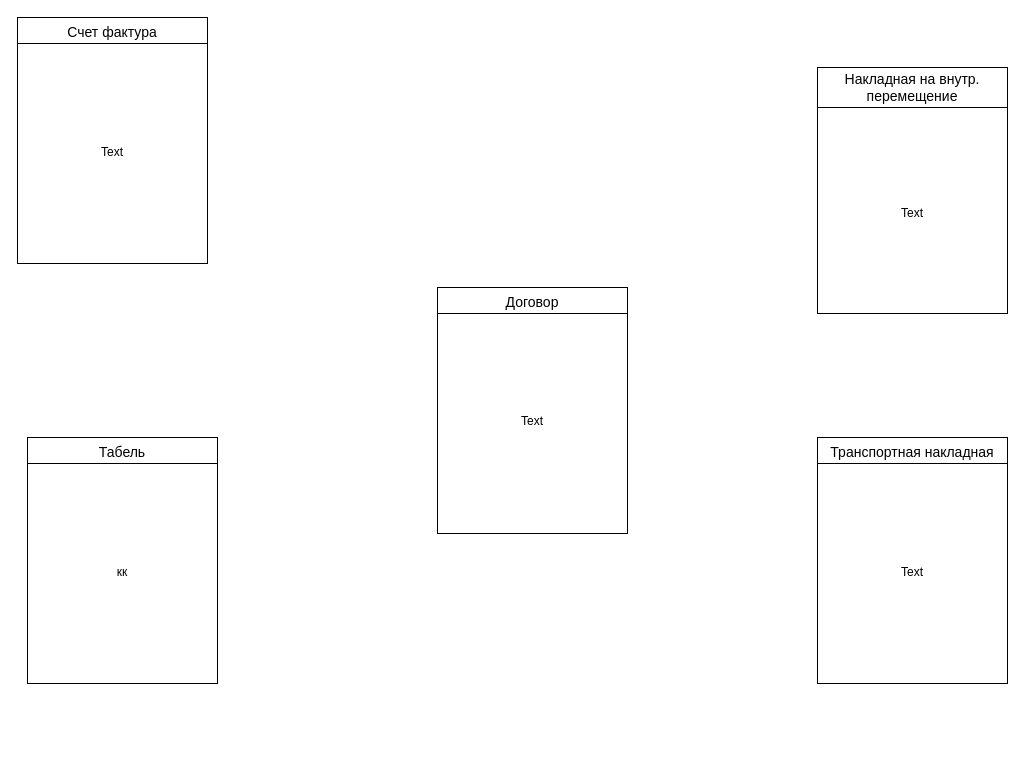
Earlier version of the draw.io diagram Untitled Diagram.drawio (lexa-pnz/Model_Schemes). Source tidied: cells renumbered, new cells numbered last; positions are measured from the earlier drawing's top-left corner, leaving out a move shared by most shapes. Both pictures are drawn from the tidied source at 100%, with x=0, y=0 at pixel (17, 17).
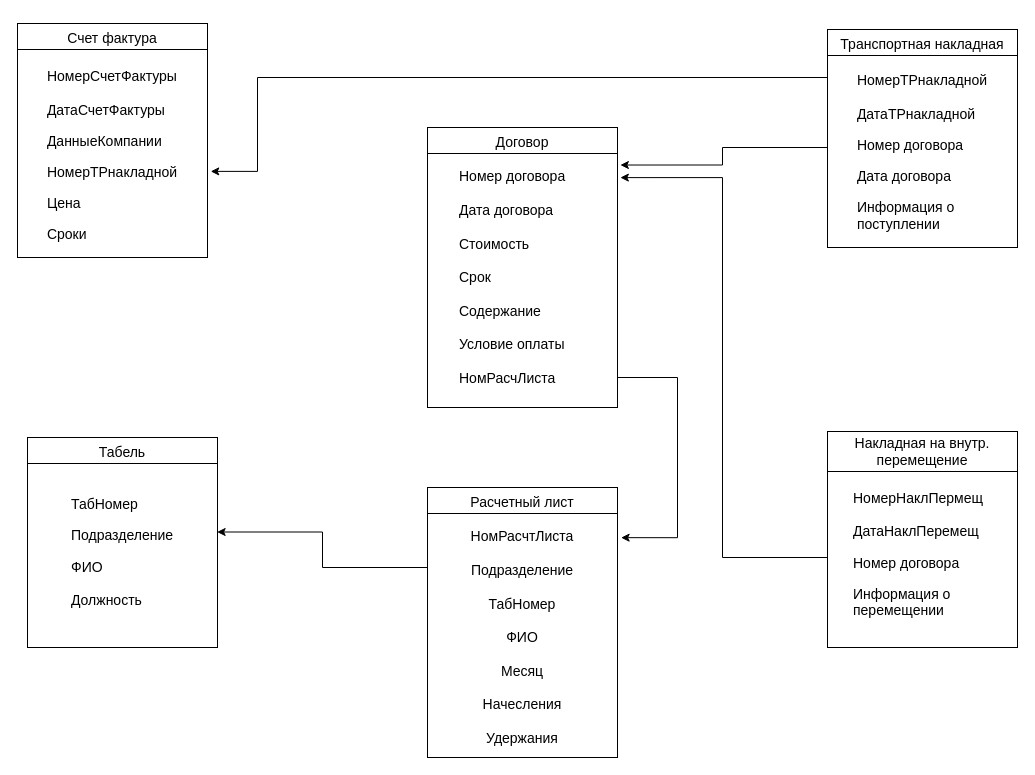
Above is the later version.

Change to the diagram source:
```diff
@@
     <mxCell id="2" style="shape=internalStorage;whiteSpace=wrap;html=1;backgroundOutline=1;dx=0;dy=26;" parent="1" vertex="1">
-      <mxGeometry x="10" y="420" width="190" height="246" as="geometry" />
+      <mxGeometry x="10" y="420" width="190" height="210" as="geometry" />
     </mxCell>
+    <mxCell id="17" style="edgeStyle=orthogonalEdgeStyle;rounded=0;jettySize=auto;html=1;entryX=1.015;entryY=0.179;entryDx=0;entryDy=0;entryPerimeter=0;" parent="1" edge="1" source="3" target="6">
+      <mxGeometry relative="1" as="geometry">
+        <Array as="points">
+          <mxPoint x="705" y="540" />
+          <mxPoint x="705" y="160" />
+        </Array>
+      </mxGeometry>
+    </mxCell>
     <mxCell id="3" style="shape=internalStorage;whiteSpace=wrap;html=1;backgroundOutline=1;dx=0;dy=40;" parent="1" vertex="1">
-      <mxGeometry x="800" y="50" width="190" height="246" as="geometry" />
+      <mxGeometry x="810" y="414" width="190" height="216" as="geometry" />
     </mxCell>
+    <mxCell id="18" style="edgeStyle=orthogonalEdgeStyle;rounded=0;jettySize=auto;html=1;exitX=0;exitY=0.5;exitDx=0;exitDy=0;entryX=1.015;entryY=0.134;entryDx=0;entryDy=0;entryPerimeter=0;" parent="1" edge="1" source="4" target="6">
+      <mxGeometry relative="1" as="geometry">
+        <Array as="points">
+          <mxPoint x="810" y="130" />
+          <mxPoint x="705" y="130" />
+          <mxPoint x="705" y="148" />
+        </Array>
+      </mxGeometry>
+    </mxCell>
+    <mxCell id="19" style="edgeStyle=orthogonalEdgeStyle;rounded=0;jettySize=auto;html=1;entryX=1.017;entryY=0.632;entryDx=0;entryDy=0;entryPerimeter=0;" parent="1" edge="1" source="4" target="5">
+      <mxGeometry relative="1" as="geometry">
+        <Array as="points">
+          <mxPoint x="240" y="60" />
+          <mxPoint x="240" y="154" />
+        </Array>
+      </mxGeometry>
+    </mxCell>
     <mxCell id="4" style="shape=internalStorage;whiteSpace=wrap;html=1;backgroundOutline=1;dx=0;dy=26;" parent="1" vertex="1">
-      <mxGeometry x="800" y="420" width="190" height="246" as="geometry" />
+      <mxGeometry x="810" y="12" width="190" height="218" as="geometry" />
     </mxCell>
     <mxCell id="5" style="shape=internalStorage;whiteSpace=wrap;html=1;backgroundOutline=1;dx=0;dy=26;" parent="1" vertex="1">
-      <mxGeometry width="190" height="246" as="geometry" />
+      <mxGeometry y="6" width="190" height="234" as="geometry" />
     </mxCell>
+    <mxCell id="20" style="edgeStyle=orthogonalEdgeStyle;rounded=0;jettySize=auto;html=1;entryX=1.019;entryY=0.084;entryDx=0;entryDy=0;exitX=1;exitY=0.5;exitDx=0;exitDy=0;entryPerimeter=0;" parent="1" edge="1" source="6" target="24">
+      <mxGeometry relative="1" as="geometry">
+        <Array as="points">
+          <mxPoint x="600" y="360" />
+          <mxPoint x="660" y="360" />
+          <mxPoint x="660" y="520" />
+        </Array>
+      </mxGeometry>
+    </mxCell>
     <mxCell id="6" style="shape=internalStorage;whiteSpace=wrap;html=1;backgroundOutline=1;dx=0;dy=26;" parent="1" vertex="1">
-      <mxGeometry x="420" y="270" width="190" height="246" as="geometry" />
+      <mxGeometry x="410" y="110" width="190" height="280" as="geometry" />
     </mxCell>
     <mxCell id="7" value="&lt;font style=&quot;font-size: 14px&quot;&gt;Транспортная накладная&lt;/font&gt;" style="text;html=1;strokeColor=none;fillColor=none;align=center;verticalAlign=middle;whiteSpace=wrap;rounded=0;" parent="1" vertex="1">
-      <mxGeometry x="800" y="420" width="190" height="30" as="geometry" />
+      <mxGeometry x="810" y="12" width="190" height="30" as="geometry" />
     </mxCell>
     <mxCell id="8" value="&lt;font style=&quot;font-size: 14px&quot;&gt;Договор&lt;/font&gt;" style="text;html=1;strokeColor=none;fillColor=none;align=center;verticalAlign=middle;whiteSpace=wrap;rounded=0;" parent="1" vertex="1">
-      <mxGeometry x="420" y="270" width="190" height="30" as="geometry" />
+      <mxGeometry x="410" y="110" width="190" height="30" as="geometry" />
     </mxCell>
     <mxCell id="9" value="&lt;font style=&quot;font-size: 14px&quot;&gt;Накладная на внутр. перемещение&lt;/font&gt;" style="text;html=1;strokeColor=none;fillColor=none;align=center;verticalAlign=middle;whiteSpace=wrap;rounded=0;" parent="1" vertex="1">
-      <mxGeometry x="800" y="50" width="190" height="40" as="geometry" />
+      <mxGeometry x="810" y="414" width="190" height="40" as="geometry" />
     </mxCell>
     <mxCell id="10" value="&lt;font style=&quot;font-size: 14px&quot;&gt;Счет фактура&lt;/font&gt;" style="text;html=1;strokeColor=none;fillColor=none;align=center;verticalAlign=middle;whiteSpace=wrap;rounded=0;" parent="1" vertex="1">
-      <mxGeometry width="190" height="30" as="geometry" />
+      <mxGeometry y="6" width="190" height="30" as="geometry" />
     </mxCell>
@@
-    <mxCell id="12" value="Text" style="text;html=1;strokeColor=none;fillColor=none;align=center;verticalAlign=middle;whiteSpace=wrap;rounded=0;" parent="1" vertex="1">
-      <mxGeometry y="30" width="190" height="210" as="geometry" />
+    <mxCell id="12" value="&lt;div style=&quot;text-align: left&quot;&gt;&lt;span style=&quot;font-size: 14px&quot;&gt;НомерСчетФактуры&lt;/span&gt;&lt;/div&gt;&lt;font&gt;&lt;div style=&quot;text-align: left&quot;&gt;&lt;span style=&quot;font-size: 14px&quot;&gt;&lt;br&gt;&lt;/span&gt;&lt;/div&gt;&lt;span style=&quot;font-size: 14px&quot;&gt;&lt;div style=&quot;text-align: left&quot;&gt;&lt;span&gt;ДатаСчетФактуры&lt;/span&gt;&lt;/div&gt;&lt;/span&gt;&lt;div style=&quot;text-align: left&quot;&gt;&lt;br&gt;&lt;/div&gt;&lt;span style=&quot;font-size: 14px&quot;&gt;&lt;div style=&quot;text-align: left&quot;&gt;&lt;span&gt;ДанныеКомпании&lt;/span&gt;&lt;/div&gt;&lt;/span&gt;&lt;div style=&quot;text-align: left&quot;&gt;&lt;br&gt;&lt;/div&gt;&lt;span style=&quot;font-size: 14px&quot;&gt;&lt;div style=&quot;text-align: left&quot;&gt;&lt;span&gt;НомерТРнакладной&lt;/span&gt;&lt;/div&gt;&lt;/span&gt;&lt;div style=&quot;text-align: left&quot;&gt;&lt;br&gt;&lt;/div&gt;&lt;span style=&quot;font-size: 14px&quot;&gt;&lt;div style=&quot;text-align: left&quot;&gt;&lt;span&gt;Цена&lt;/span&gt;&lt;/div&gt;&lt;/span&gt;&lt;div style=&quot;text-align: left&quot;&gt;&lt;br&gt;&lt;/div&gt;&lt;span style=&quot;font-size: 14px&quot;&gt;&lt;div style=&quot;text-align: left&quot;&gt;&lt;span&gt;Сроки&lt;/span&gt;&lt;/div&gt;&lt;/span&gt;&lt;/font&gt;" style="text;html=1;strokeColor=none;fillColor=none;align=center;verticalAlign=middle;whiteSpace=wrap;rounded=0;" parent="1" vertex="1">
+      <mxGeometry x="20" y="36" width="150" height="204" as="geometry" />
     </mxCell>
-    <mxCell id="13" value="кк" style="text;html=1;strokeColor=none;fillColor=none;align=center;verticalAlign=middle;whiteSpace=wrap;rounded=0;" parent="1" vertex="1">
-      <mxGeometry x="10" y="450" width="190" height="210" as="geometry" />
+    <mxCell id="13" value="&lt;div style=&quot;text-align: left&quot;&gt;&lt;span style=&quot;font-size: 14px&quot;&gt;ТабНомер&lt;/span&gt;&lt;/div&gt;&lt;font&gt;&lt;div style=&quot;text-align: left&quot;&gt;&lt;br&gt;&lt;/div&gt;&lt;span style=&quot;font-size: 14px&quot;&gt;&lt;div style=&quot;text-align: left&quot;&gt;&lt;span&gt;Подразделение&lt;/span&gt;&lt;/div&gt;&lt;/span&gt;&lt;div style=&quot;text-align: left&quot;&gt;&lt;br&gt;&lt;/div&gt;&lt;span style=&quot;font-size: 14px&quot;&gt;&lt;div style=&quot;text-align: left&quot;&gt;&lt;span&gt;ФИО&lt;/span&gt;&lt;/div&gt;&lt;/span&gt;&lt;div style=&quot;text-align: left&quot;&gt;&lt;span style=&quot;font-size: 14px&quot;&gt;&lt;br&gt;&lt;/span&gt;&lt;/div&gt;&lt;span style=&quot;font-size: 14px&quot;&gt;&lt;div style=&quot;text-align: left&quot;&gt;&lt;span&gt;Должность&lt;/span&gt;&lt;/div&gt;&lt;/span&gt;&lt;/font&gt;" style="text;html=1;strokeColor=none;fillColor=none;align=center;verticalAlign=middle;whiteSpace=wrap;rounded=0;" parent="1" vertex="1">
+      <mxGeometry x="30" y="450" width="150" height="170" as="geometry" />
     </mxCell>
-    <mxCell id="14" value="Text" style="text;html=1;strokeColor=none;fillColor=none;align=center;verticalAlign=middle;whiteSpace=wrap;rounded=0;" parent="1" vertex="1">
-      <mxGeometry x="420" y="299" width="190" height="210" as="geometry" />
+    <mxCell id="14" value="&lt;div&gt;&lt;span style=&quot;font-size: 14px&quot;&gt;Номер договора&lt;/span&gt;&lt;/div&gt;&lt;div&gt;&lt;span style=&quot;font-size: 14px&quot;&gt;&lt;br&gt;&lt;/span&gt;&lt;/div&gt;&lt;font style=&quot;font-size: 14px&quot;&gt;&lt;div&gt;&lt;span&gt;Дата договора&lt;/span&gt;&lt;/div&gt;&lt;div&gt;&lt;span&gt;&lt;br&gt;&lt;/span&gt;&lt;/div&gt;&lt;div&gt;&lt;span&gt;Стоимость&lt;/span&gt;&lt;/div&gt;&lt;div&gt;&lt;span&gt;&lt;br&gt;&lt;/span&gt;&lt;/div&gt;&lt;div&gt;&lt;span&gt;Срок&lt;/span&gt;&lt;/div&gt;&lt;div&gt;&lt;span&gt;&lt;br&gt;&lt;/span&gt;&lt;/div&gt;&lt;div&gt;&lt;span&gt;Содержание&lt;/span&gt;&lt;/div&gt;&lt;div&gt;&lt;span&gt;&lt;br&gt;&lt;/span&gt;&lt;/div&gt;&lt;div&gt;&lt;span&gt;Условие оплаты&lt;/span&gt;&lt;/div&gt;&lt;div&gt;&lt;span&gt;&lt;br&gt;&lt;/span&gt;&lt;/div&gt;&lt;div&gt;&lt;span&gt;НомРасчЛиста&lt;/span&gt;&lt;/div&gt;&lt;/font&gt;" style="text;html=1;strokeColor=none;fillColor=none;align=left;verticalAlign=middle;whiteSpace=wrap;rounded=0;spacingBottom=0;" parent="1" vertex="1">
+      <mxGeometry x="440" y="140" width="130" height="240" as="geometry" />
     </mxCell>
-    <mxCell id="15" value="Text" style="text;html=1;strokeColor=none;fillColor=none;align=center;verticalAlign=middle;whiteSpace=wrap;rounded=0;" parent="1" vertex="1">
-      <mxGeometry x="800" y="96" width="190" height="200" as="geometry" />
+    <mxCell id="15" value="&lt;div style=&quot;text-align: left&quot;&gt;&lt;span style=&quot;font-size: 14px&quot;&gt;НомерНаклПермещ&lt;/span&gt;&lt;/div&gt;&lt;font&gt;&lt;div style=&quot;text-align: left&quot;&gt;&lt;span style=&quot;font-size: 14px&quot;&gt;&lt;br&gt;&lt;/span&gt;&lt;/div&gt;&lt;span style=&quot;font-size: 14px&quot;&gt;&lt;div style=&quot;text-align: left&quot;&gt;&lt;span&gt;ДатаНаклПеремещ&lt;/span&gt;&lt;/div&gt;&lt;/span&gt;&lt;div style=&quot;text-align: left&quot;&gt;&lt;br&gt;&lt;/div&gt;&lt;span style=&quot;font-size: 14px&quot;&gt;&lt;div style=&quot;text-align: left&quot;&gt;&lt;span&gt;Номер договора&lt;/span&gt;&lt;/div&gt;&lt;/span&gt;&lt;div style=&quot;text-align: left&quot;&gt;&lt;br&gt;&lt;/div&gt;&lt;span style=&quot;font-size: 14px&quot;&gt;&lt;div style=&quot;text-align: left&quot;&gt;&lt;span&gt;Информация о перемещении&lt;/span&gt;&lt;/div&gt;&lt;/span&gt;&lt;/font&gt;" style="text;html=1;strokeColor=none;fillColor=none;align=center;verticalAlign=middle;whiteSpace=wrap;rounded=0;" parent="1" vertex="1">
+      <mxGeometry x="835" y="458.5" width="140" height="157" as="geometry" />
     </mxCell>
-    <mxCell id="16" value="Text" style="text;html=1;strokeColor=none;fillColor=none;align=center;verticalAlign=middle;whiteSpace=wrap;rounded=0;" parent="1" vertex="1">
-      <mxGeometry x="800" y="450" width="190" height="210" as="geometry" />
+    <mxCell id="16" value="&lt;div style=&quot;text-align: left&quot;&gt;&lt;span style=&quot;font-size: 14px&quot;&gt;НомерТРнакладной&lt;/span&gt;&lt;/div&gt;&lt;font&gt;&lt;div style=&quot;text-align: left&quot;&gt;&lt;span style=&quot;font-size: 14px&quot;&gt;&lt;br&gt;&lt;/span&gt;&lt;/div&gt;&lt;span style=&quot;font-size: 14px&quot;&gt;&lt;div style=&quot;text-align: left&quot;&gt;&lt;span&gt;ДатаТРнакладной&lt;/span&gt;&lt;/div&gt;&lt;/span&gt;&lt;div style=&quot;text-align: left&quot;&gt;&lt;br&gt;&lt;/div&gt;&lt;span style=&quot;font-size: 14px&quot;&gt;&lt;div style=&quot;text-align: left&quot;&gt;&lt;span&gt;Номер договора&lt;/span&gt;&lt;/div&gt;&lt;/span&gt;&lt;div style=&quot;text-align: left&quot;&gt;&lt;br&gt;&lt;/div&gt;&lt;span style=&quot;font-size: 14px&quot;&gt;&lt;div style=&quot;text-align: left&quot;&gt;&lt;span&gt;Дата договора&lt;/span&gt;&lt;/div&gt;&lt;/span&gt;&lt;div style=&quot;text-align: left&quot;&gt;&lt;br&gt;&lt;/div&gt;&lt;span style=&quot;font-size: 14px&quot;&gt;&lt;div style=&quot;text-align: left&quot;&gt;&lt;span&gt;Информация о&amp;nbsp;&lt;/span&gt;&lt;/div&gt;&lt;/span&gt;&lt;span style=&quot;font-size: 14px&quot;&gt;&lt;div style=&quot;text-align: left&quot;&gt;&lt;span&gt;поступлении&lt;/span&gt;&lt;/div&gt;&lt;/span&gt;&lt;/font&gt;" style="text;html=1;strokeColor=none;fillColor=none;align=center;verticalAlign=middle;whiteSpace=wrap;rounded=0;" parent="1" vertex="1">
+      <mxGeometry x="835" y="40" width="140" height="190" as="geometry" />
     </mxCell>
+    <mxCell id="21" style="shape=internalStorage;whiteSpace=wrap;html=1;backgroundOutline=1;dx=0;dy=26;" parent="1" vertex="1">
+      <mxGeometry x="410" y="470" width="190" height="270" as="geometry" />
+    </mxCell>
+    <mxCell id="22" value="&lt;font style=&quot;font-size: 14px&quot;&gt;Расчетный лист&lt;/font&gt;" style="text;html=1;strokeColor=none;fillColor=none;align=center;verticalAlign=middle;whiteSpace=wrap;rounded=0;" parent="1" vertex="1">
+      <mxGeometry x="410" y="470" width="190" height="30" as="geometry" />
+    </mxCell>
+    <mxCell id="23" style="edgeStyle=orthogonalEdgeStyle;rounded=0;jettySize=auto;html=1;entryX=0.998;entryY=0.45;entryDx=0;entryDy=0;entryPerimeter=0;" parent="1" edge="1" source="24" target="2">
+      <mxGeometry relative="1" as="geometry">
+        <Array as="points">
+          <mxPoint x="305" y="550" />
+          <mxPoint x="305" y="515" />
+        </Array>
+      </mxGeometry>
+    </mxCell>
+    <mxCell id="24" value="&lt;font style=&quot;font-size: 14px&quot;&gt;НомРасчтЛиста&lt;br&gt;&lt;br&gt;Подразделение&lt;br&gt;&lt;br&gt;ТабНомер&lt;br&gt;&lt;br&gt;ФИО&lt;br&gt;&lt;br&gt;Месяц&lt;br&gt;&lt;br&gt;Начесления&lt;br&gt;&lt;br&gt;Удержания&lt;br&gt;&lt;/font&gt;" style="text;html=1;strokeColor=none;fillColor=none;align=center;verticalAlign=middle;whiteSpace=wrap;rounded=0;" parent="1" vertex="1">
+      <mxGeometry x="410" y="500" width="190" height="240" as="geometry" />
+    </mxCell>
```
